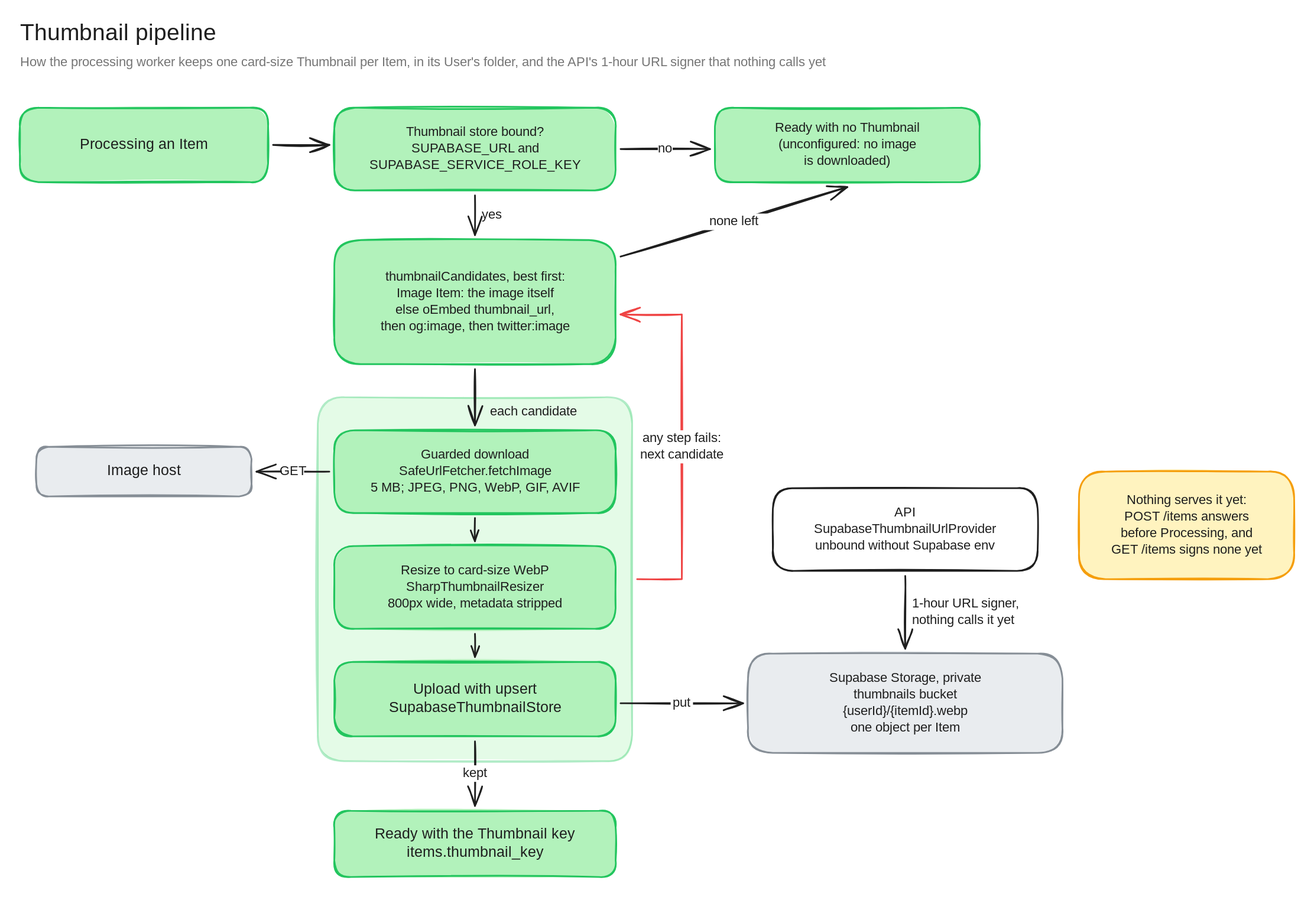
Above: docs/diagrams/thumbnail-pipeline.excalidraw.svg in souravdotdev/Resonory (Excalidraw), before the change. Source tidied: one line per element, renumbered; positions are measured from the earlier drawing's top-left corner, leaving out a move shared by most shapes.
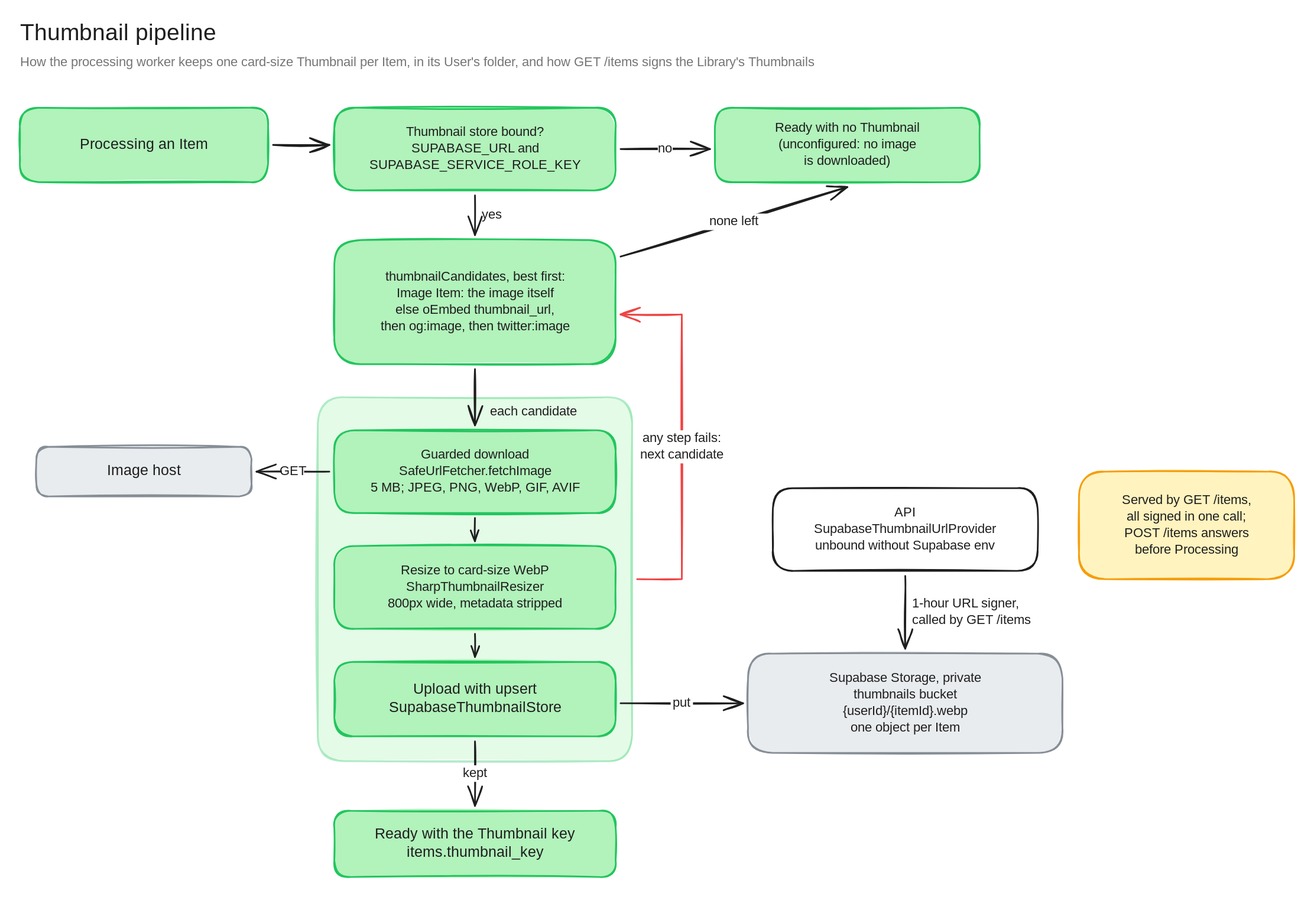
After the commit.

Commit message:
docs(diagrams): show GET /items signing the Library's Thumbnails in the Thumbnail pipeline

Diff of the diagram source:
```diff
@@ -1,5 +1,5 @@
 {"id": 0, "type": "text", "text": "Thumbnail pipeline", "strokeColor": "#1e1e1e", "strokeWidth": 2, "roughness": 1, "fontSize": 28, "fontFamily": 5, "x": 0, "y": 0, "width": 278, "height": 35}
-{"id": 1, "type": "text", "text": "How the processing worker keeps one card-size Thumbnail per Item, in its User's folder, and the API's 1-hour URL signer that nothing calls yet", "strokeColor": "#757575", "strokeWidth": 2, "roughness": 1, "fontSize": 16, "fontFamily": 5, "x": 0, "y": 42, "width": 1261, "height": 20}
+{"id": 1, "type": "text", "text": "How the processing worker keeps one card-size Thumbnail per Item, in its User's folder, and how GET /items signs the Library's Thumbnails", "strokeColor": "#757575", "strokeWidth": 2, "roughness": 1, "fontSize": 16, "fontFamily": 5, "x": 0, "y": 42, "width": 1217, "height": 20}
 {"id": 2, "type": "rectangle", "strokeColor": "#22c55e", "backgroundColor": "#b2f2bb", "fillStyle": "solid", "strokeWidth": 2, "roughness": 1, "round": true, "x": 0, "y": 106, "width": 300, "height": 90}
 {"id": 3, "type": "text", "text": "Processing an Item", "strokeColor": "#1e1e1e", "strokeWidth": 2, "roughness": 1, "fontSize": 18, "fontFamily": 5, "textAlign": "center", "verticalAlign": "middle", "inside": 2, "x": 60, "y": 140, "width": 180, "height": 22}
 {"id": 4, "type": "rectangle", "strokeColor": "#22c55e", "backgroundColor": "#b2f2bb", "fillStyle": "solid", "strokeWidth": 2, "roughness": 1, "round": true, "x": 380, "y": 106, "width": 340, "height": 100}
@@ -23,7 +23,7 @@
 {"id": 22, "type": "rectangle", "strokeColor": "#1e1e1e", "backgroundColor": "#ffffff", "fillStyle": "solid", "strokeWidth": 2, "roughness": 1, "round": true, "x": 910, "y": 566, "width": 320, "height": 100}
 {"id": 23, "type": "text", "text": "API\nSupabaseThumbnailUrlProvider\nunbound without Supabase env", "strokeColor": "#1e1e1e", "strokeWidth": 2, "roughness": 1, "fontSize": 16, "fontFamily": 5, "textAlign": "center", "verticalAlign": "middle", "inside": 22, "x": 946, "y": 586, "width": 247, "height": 60}
 {"id": 24, "type": "rectangle", "strokeColor": "#f59e0b", "backgroundColor": "#fff3bf", "fillStyle": "solid", "strokeWidth": 2, "roughness": 1, "round": true, "x": 1280, "y": 546, "width": 260, "height": 130}
-{"id": 25, "type": "text", "text": "Nothing serves it yet:\nPOST /items answers\nbefore Processing, and\nGET /items signs none yet", "strokeColor": "#1e1e1e", "strokeWidth": 2, "roughness": 1, "fontSize": 16, "fontFamily": 5, "textAlign": "center", "verticalAlign": "middle", "inside": 24, "x": 1313, "y": 571, "width": 194, "height": 80}
+{"id": 25, "type": "text", "text": "Served by GET /items,\nall signed in one call;\nPOST /items answers\nbefore Processing", "strokeColor": "#1e1e1e", "strokeWidth": 2, "roughness": 1, "fontSize": 16, "fontFamily": 5, "textAlign": "center", "verticalAlign": "middle", "inside": 24, "x": 1321, "y": 571, "width": 178, "height": 80}
 {"id": 26, "type": "rectangle", "strokeColor": "#22c55e", "backgroundColor": "#b2f2bb", "fillStyle": "solid", "strokeWidth": 2, "roughness": 1, "round": true, "x": 380, "y": 956, "width": 340, "height": 80}
 {"id": 27, "type": "text", "text": "Ready with the Thumbnail key\nitems.thumbnail_key", "strokeColor": "#1e1e1e", "strokeWidth": 2, "roughness": 1, "fontSize": 18, "fontFamily": 5, "textAlign": "center", "verticalAlign": "middle", "inside": 26, "x": 411, "y": 974, "width": 278, "height": 45}
 {"id": 28, "type": "arrow", "strokeColor": "#1e1e1e", "strokeWidth": 2, "roughness": 1, "endArrowhead": "arrow", "from": 2, "to": 4, "x": 306, "y": 151, "width": 68, "height": 0, "points": [[0, 0], [68, 0]]}
@@ -43,6 +43,6 @@
 {"id": 42, "type": "arrow", "strokeColor": "#ef4444", "strokeWidth": 2, "roughness": 1, "endArrowhead": "arrow", "from": 10, "to": 8, "x": 746, "y": 676, "width": 74, "height": 320, "points": [[0, 0], [54, 0], [54, -320], [-20, -320]]}
 {"id": 43, "type": "text", "text": "any step fails:\nnext candidate", "strokeColor": "#1e1e1e", "strokeWidth": 2, "roughness": 1, "fontSize": 16, "fontFamily": 5, "textAlign": "center", "verticalAlign": "middle", "inside": 42, "x": 734, "y": 496, "width": 132, "height": 40}
 {"id": 44, "type": "arrow", "strokeColor": "#1e1e1e", "strokeWidth": 2, "roughness": 1, "endArrowhead": "arrow", "from": 22, "to": 20, "x": 1070, "y": 672, "width": 0, "height": 88, "points": [[0, 0], [0, 88]]}
-{"id": 45, "type": "text", "text": "1-hour URL signer,\nnothing calls it yet", "strokeColor": "#1e1e1e", "strokeWidth": 2, "roughness": 1, "fontSize": 16, "fontFamily": 5, "x": 1078, "y": 696, "width": 177, "height": 40}
+{"id": 45, "type": "text", "text": "1-hour URL signer,\ncalled by GET /items", "strokeColor": "#1e1e1e", "strokeWidth": 2, "roughness": 1, "fontSize": 16, "fontFamily": 5, "x": 1078, "y": 696, "width": 177, "height": 40}
 {"id": 46, "type": "arrow", "strokeColor": "#1e1e1e", "strokeWidth": 2, "roughness": 1, "endArrowhead": "arrow", "from": 18, "to": 26, "x": 550, "y": 872, "width": 0, "height": 78, "points": [[0, 0], [0, 78]]}
 {"id": 47, "type": "text", "text": "kept", "strokeColor": "#1e1e1e", "strokeWidth": 2, "roughness": 1, "fontSize": 16, "fontFamily": 5, "textAlign": "center", "verticalAlign": "middle", "inside": 46, "x": 532, "y": 901, "width": 36, "height": 20}
```
